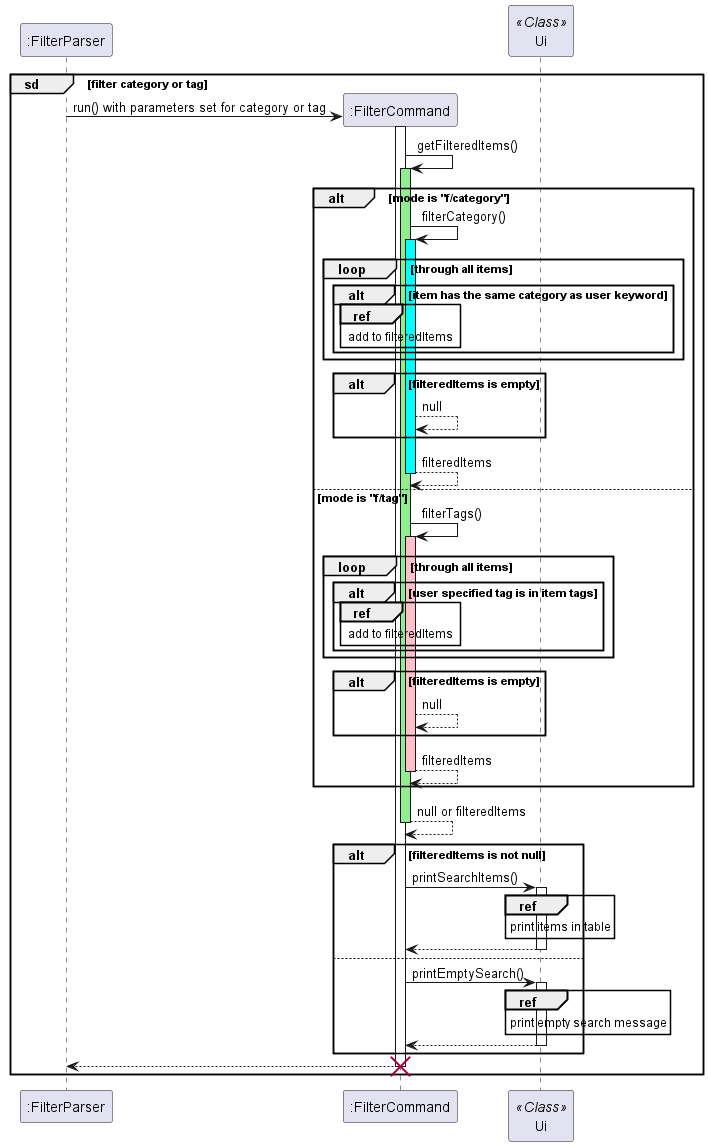
The PlantUML diagram docs/UML/Filter/FilterTagCategory.png in nus-cs2113-AY2223S2/tp, before a commit.
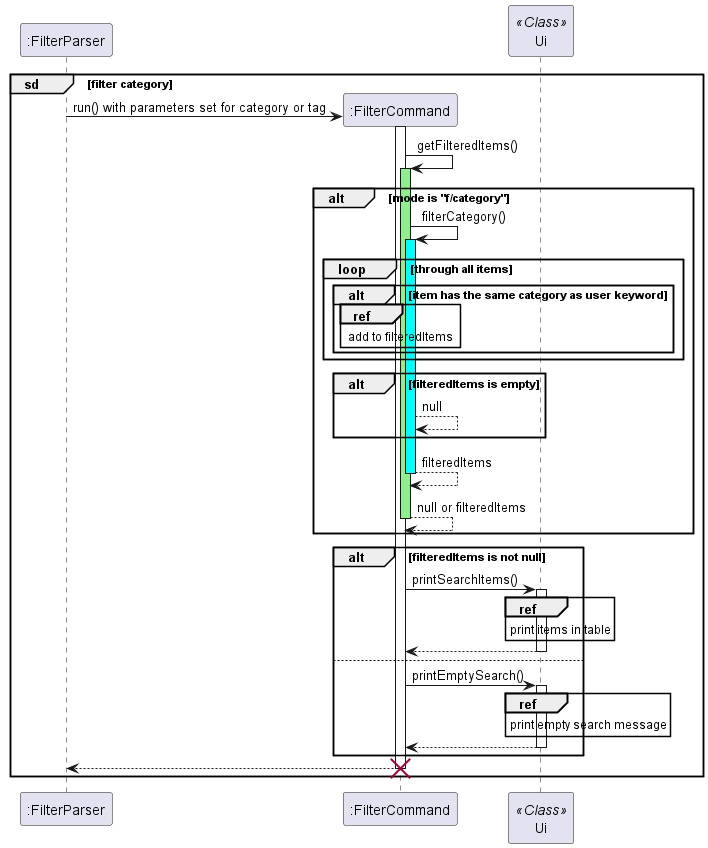
Later version of the same file.

Diff of the diagram source:
```diff
@@ -1,7 +1,7 @@
 @startuml
 
 participant ":FilterParser"
-group sd [filter category or tag]
+group sd [filter category]
     ":FilterParser" -> ":FilterCommand" ** : run() with parameters set for category or tag
     activate ":FilterCommand"
     ":FilterCommand" -> ":FilterCommand": getFilteredItems()
@@ -20,22 +20,8 @@
             ":FilterCommand" --> ":FilterCommand": null
         end
         return filteredItems
-    else mode is "f/tag"
-        ":FilterCommand" -> ":FilterCommand": filterTags()
-        activate ":FilterCommand" #pink
-        loop through all items
-            alt user specified tag is in item tags
-                ref over ":FilterCommand"
-                    add to filteredItems
-                end ref
-            end
-        end
-        alt filteredItems is empty
-            ":FilterCommand" --> ":FilterCommand": null
-        end
-        return filteredItems
+    return null or filteredItems
     end
-    return null or filteredItems
     Participant "Ui" << Class >>
     alt filteredItems is not null
         ":FilterCommand" -> "Ui": printSearchItems()
```
